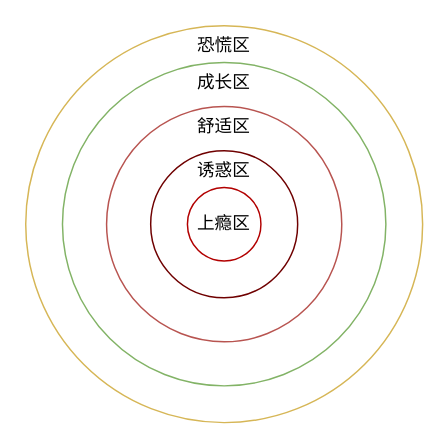
Before: 舒适区.drawio in Albert-W/Draw_io, a draw.io diagram. Source tidied: cells renumbered, new cells numbered last; positions are measured from the earlier drawing's top-left corner, leaving out a move shared by most shapes. Both pictures are drawn from the tidied source at 147%, with x=0, y=0 at pixel (25, 25).
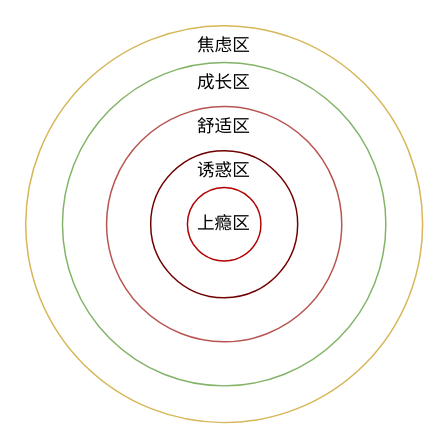
Above is the later version.

Change to the diagram source:
```diff
@@
 <mxGraphModel>
   <root>
     <mxCell id="0" />
     <mxCell id="1" parent="0" />
-    <mxCell id="2" value="恐慌区" style="ellipse;whiteSpace=wrap;html=1;verticalAlign=top;fillColor=none;strokeColor=#d6b656;" parent="1" vertex="1">
+    <mxCell id="2" value="焦虑区" style="ellipse;whiteSpace=wrap;html=1;verticalAlign=top;fillColor=none;strokeColor=#d6b656;" parent="1" vertex="1">
       <mxGeometry width="270" height="270" as="geometry" />
     </mxCell>
     <mxCell id="3" value="成长区" style="ellipse;whiteSpace=wrap;html=1;verticalAlign=top;fillColor=none;strokeColor=#82b366;" parent="1" vertex="1">
       <mxGeometry x="25" y="25" width="220" height="220" as="geometry" />
     </mxCell>
     <mxCell id="4" value="舒适区" style="ellipse;whiteSpace=wrap;html=1;verticalAlign=top;fillColor=none;strokeColor=#b85450;" parent="1" vertex="1">
       <mxGeometry x="55" y="55" width="160" height="160" as="geometry" />
     </mxCell>
     <mxCell id="5" value="诱惑区" style="ellipse;whiteSpace=wrap;html=1;verticalAlign=top;fillColor=none;strokeColor=#6F0000;fontColor=#000000;" parent="1" vertex="1">
       <mxGeometry x="85" y="85" width="100" height="100" as="geometry" />
     </mxCell>
     <mxCell id="6" value="上瘾区" style="ellipse;whiteSpace=wrap;html=1;fillColor=none;strokeColor=#B20000;fontColor=#000000;" parent="1" vertex="1">
       <mxGeometry x="110" y="110" width="50" height="50" as="geometry" />
     </mxCell>
   </root>
 </mxGraphModel>
```
